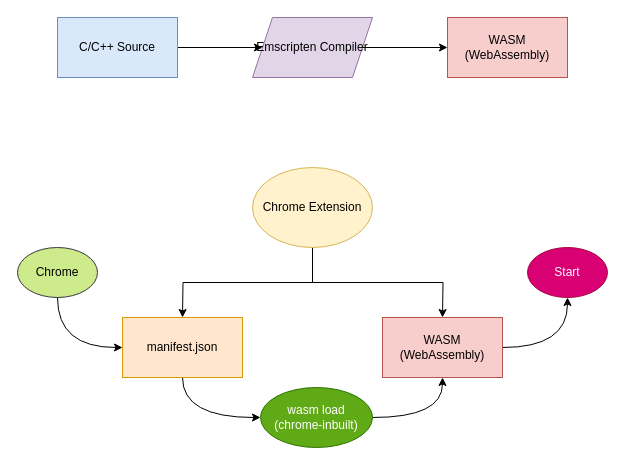
Above: ytcache/presentation/assets/ytcache-load-process.drawio in Animeshz/archives-public (draw.io), before the change. Source tidied: cells renumbered, new cells numbered last; positions are measured from the earlier drawing's top-left corner, leaving out a move shared by most shapes. Both pictures are drawn from the tidied source at 100%, with x=0, y=0 at pixel (17, 17).
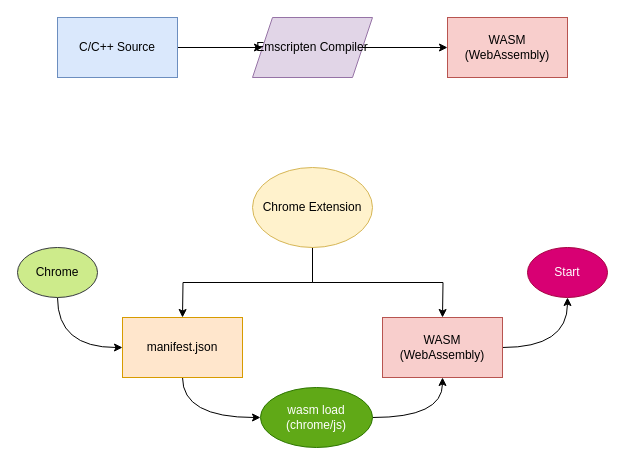
After the change.

Commit message (it also covers changes not shown here):
[ytcache] update flowcharts

Diff of the diagram source:
```diff
@@
-    <mxCell id="17" value="wasm load&lt;br&gt;(chrome-inbuilt)" style="ellipse;whiteSpace=wrap;html=1;fillColor=#60a917;fontColor=#ffffff;strokeColor=#2D7600;" parent="1" vertex="1">
+    <mxCell id="17" value="wasm load&lt;br&gt;(chrome/js)" style="ellipse;whiteSpace=wrap;html=1;fillColor=#60a917;fontColor=#ffffff;strokeColor=#2D7600;" parent="1" vertex="1">
       <mxGeometry x="243" y="370" width="112" height="60" as="geometry" />
     </mxCell>
```
